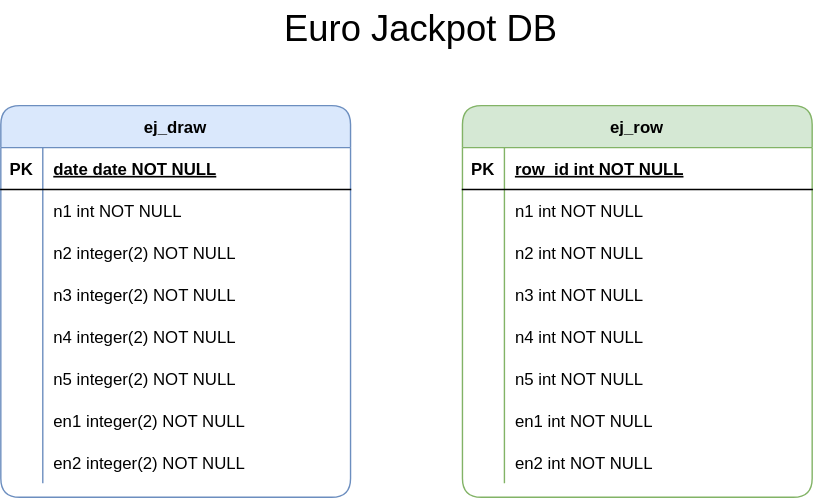
The draw.io diagram assets/images/documentation/er-diagram.drawio.svg in tonisun/lotto-dbms, before a commit. Source tidied: cells renumbered, new cells last; positions are measured from the earlier drawing's top-left corner, leaving out a move shared by most shapes.
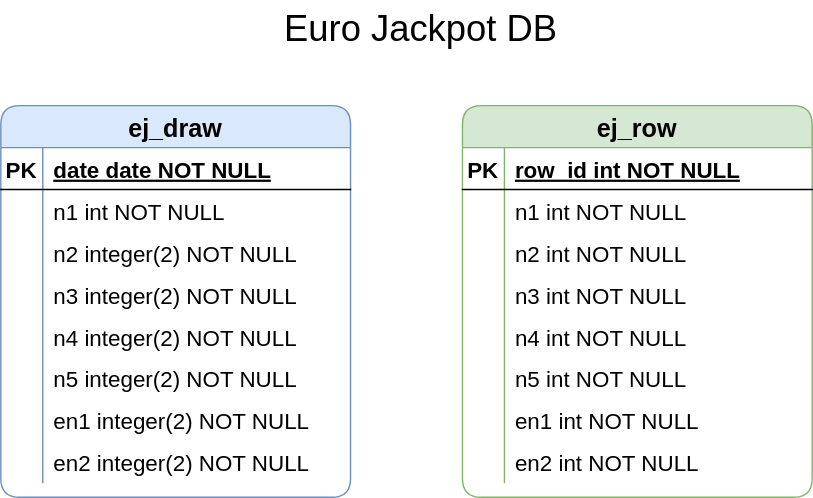
After the change.

The edit, as a diff of the source:
```diff
@@ -2,154 +2,154 @@
   <root>
     <mxCell id="0" />
     <mxCell id="1" parent="0" />
-    <mxCell id="2" value="ej_row" style="shape=table;startSize=30;rowLines=0;fontStyle=1;align=center;fillColor=#d5e8d4;strokeColor=#82b366;rounded=1;" parent="1" vertex="1">
+    <mxCell id="2" value="ej_row" style="shape=table;startSize=30;rowLines=0;fontStyle=1;align=center;fillColor=#d5e8d4;strokeColor=#82b366;rounded=1;fontSize=18;" parent="1" vertex="1">
       <mxGeometry x="330" y="75" width="250" height="280" as="geometry" />
     </mxCell>
     <mxCell id="3" style="shape=partialRectangle;fillColor=none;top=0;left=0;right=0;bottom=1;" parent="2" vertex="1">
       <mxGeometry y="30" width="250" height="30" as="geometry" />
     </mxCell>
-    <mxCell id="4" value="PK" style="shape=partialRectangle;overflow=hidden;fillColor=none;top=0;left=0;bottom=0;right=0;fontStyle=1;" parent="3" vertex="1">
+    <mxCell id="4" value="PK" style="shape=partialRectangle;overflow=hidden;fillColor=none;top=0;left=0;bottom=0;right=0;fontStyle=1;fontSize=16;" parent="3" vertex="1">
       <mxGeometry width="30" height="30" as="geometry" />
     </mxCell>
-    <mxCell id="5" value="row_id int NOT NULL " style="shape=partialRectangle;overflow=hidden;fillColor=none;top=0;left=0;bottom=0;right=0;align=left;spacingLeft=6;fontStyle=5;" parent="3" vertex="1">
+    <mxCell id="5" value="row_id int NOT NULL " style="shape=partialRectangle;overflow=hidden;fillColor=none;top=0;left=0;bottom=0;right=0;align=left;spacingLeft=6;fontStyle=5;fontSize=16;" parent="3" vertex="1">
       <mxGeometry x="30" width="220" height="30" as="geometry" />
     </mxCell>
-    <mxCell id="6" style="shape=partialRectangle;fillColor=none;top=0;left=0;right=0;bottom=0;" parent="2" vertex="1">
+    <mxCell id="6" style="shape=partialRectangle;fillColor=none;top=0;left=0;right=0;bottom=0;fontSize=16;" parent="2" vertex="1">
       <mxGeometry y="60" width="250" height="30" as="geometry" />
     </mxCell>
-    <mxCell id="7" style="shape=partialRectangle;overflow=hidden;fillColor=none;top=0;left=0;bottom=0;right=0;" parent="6" vertex="1">
+    <mxCell id="7" style="shape=partialRectangle;overflow=hidden;fillColor=none;top=0;left=0;bottom=0;right=0;fontSize=16;" parent="6" vertex="1">
       <mxGeometry width="30" height="30" as="geometry" />
     </mxCell>
-    <mxCell id="8" value="n1 int NOT NULL" style="shape=partialRectangle;overflow=hidden;fillColor=none;top=0;left=0;bottom=0;right=0;align=left;spacingLeft=6;" parent="6" vertex="1">
+    <mxCell id="8" value="n1 int NOT NULL" style="shape=partialRectangle;overflow=hidden;fillColor=none;top=0;left=0;bottom=0;right=0;align=left;spacingLeft=6;fontSize=16;" parent="6" vertex="1">
       <mxGeometry x="30" width="220" height="30" as="geometry" />
     </mxCell>
-    <mxCell id="9" style="shape=partialRectangle;fillColor=none;top=0;left=0;right=0;bottom=0;" parent="2" vertex="1">
+    <mxCell id="9" style="shape=partialRectangle;fillColor=none;top=0;left=0;right=0;bottom=0;fontSize=16;" parent="2" vertex="1">
       <mxGeometry y="90" width="250" height="30" as="geometry" />
     </mxCell>
-    <mxCell id="10" style="shape=partialRectangle;overflow=hidden;fillColor=none;top=0;left=0;bottom=0;right=0;" parent="9" vertex="1">
+    <mxCell id="10" style="shape=partialRectangle;overflow=hidden;fillColor=none;top=0;left=0;bottom=0;right=0;fontSize=16;" parent="9" vertex="1">
       <mxGeometry width="30" height="30" as="geometry" />
     </mxCell>
-    <mxCell id="11" value="n2 int NOT NULL" style="shape=partialRectangle;overflow=hidden;fillColor=none;top=0;left=0;bottom=0;right=0;align=left;spacingLeft=6;" parent="9" vertex="1">
+    <mxCell id="11" value="n2 int NOT NULL" style="shape=partialRectangle;overflow=hidden;fillColor=none;top=0;left=0;bottom=0;right=0;align=left;spacingLeft=6;fontSize=16;" parent="9" vertex="1">
       <mxGeometry x="30" width="220" height="30" as="geometry" />
     </mxCell>
-    <mxCell id="12" style="shape=partialRectangle;fillColor=none;top=0;left=0;right=0;bottom=0;" parent="2" vertex="1">
+    <mxCell id="12" style="shape=partialRectangle;fillColor=none;top=0;left=0;right=0;bottom=0;fontSize=16;" parent="2" vertex="1">
       <mxGeometry y="120" width="250" height="30" as="geometry" />
     </mxCell>
-    <mxCell id="13" style="shape=partialRectangle;overflow=hidden;fillColor=none;top=0;left=0;bottom=0;right=0;" parent="12" vertex="1">
+    <mxCell id="13" style="shape=partialRectangle;overflow=hidden;fillColor=none;top=0;left=0;bottom=0;right=0;fontSize=16;" parent="12" vertex="1">
       <mxGeometry width="30" height="30" as="geometry" />
     </mxCell>
-    <mxCell id="14" value="n3 int NOT NULL" style="shape=partialRectangle;overflow=hidden;fillColor=none;top=0;left=0;bottom=0;right=0;align=left;spacingLeft=6;" parent="12" vertex="1">
+    <mxCell id="14" value="n3 int NOT NULL" style="shape=partialRectangle;overflow=hidden;fillColor=none;top=0;left=0;bottom=0;right=0;align=left;spacingLeft=6;fontSize=16;" parent="12" vertex="1">
       <mxGeometry x="30" width="220" height="30" as="geometry" />
     </mxCell>
-    <mxCell id="15" style="shape=partialRectangle;fillColor=none;top=0;left=0;right=0;bottom=0;" parent="2" vertex="1">
+    <mxCell id="15" style="shape=partialRectangle;fillColor=none;top=0;left=0;right=0;bottom=0;fontSize=16;" parent="2" vertex="1">
       <mxGeometry y="150" width="250" height="30" as="geometry" />
     </mxCell>
-    <mxCell id="16" style="shape=partialRectangle;overflow=hidden;fillColor=none;top=0;left=0;bottom=0;right=0;" parent="15" vertex="1">
+    <mxCell id="16" style="shape=partialRectangle;overflow=hidden;fillColor=none;top=0;left=0;bottom=0;right=0;fontSize=16;" parent="15" vertex="1">
       <mxGeometry width="30" height="30" as="geometry" />
     </mxCell>
-    <mxCell id="17" value="n4 int NOT NULL" style="shape=partialRectangle;overflow=hidden;fillColor=none;top=0;left=0;bottom=0;right=0;align=left;spacingLeft=6;" parent="15" vertex="1">
+    <mxCell id="17" value="n4 int NOT NULL" style="shape=partialRectangle;overflow=hidden;fillColor=none;top=0;left=0;bottom=0;right=0;align=left;spacingLeft=6;fontSize=16;" parent="15" vertex="1">
       <mxGeometry x="30" width="220" height="30" as="geometry" />
     </mxCell>
-    <mxCell id="18" style="shape=partialRectangle;fillColor=none;top=0;left=0;right=0;bottom=0;" parent="2" vertex="1">
+    <mxCell id="18" style="shape=partialRectangle;fillColor=none;top=0;left=0;right=0;bottom=0;fontSize=16;" parent="2" vertex="1">
       <mxGeometry y="180" width="250" height="30" as="geometry" />
     </mxCell>
-    <mxCell id="19" style="shape=partialRectangle;overflow=hidden;fillColor=none;top=0;left=0;bottom=0;right=0;" parent="18" vertex="1">
+    <mxCell id="19" style="shape=partialRectangle;overflow=hidden;fillColor=none;top=0;left=0;bottom=0;right=0;fontSize=16;" parent="18" vertex="1">
       <mxGeometry width="30" height="30" as="geometry" />
     </mxCell>
-    <mxCell id="20" value="n5 int NOT NULL" style="shape=partialRectangle;overflow=hidden;fillColor=none;top=0;left=0;bottom=0;right=0;align=left;spacingLeft=6;" parent="18" vertex="1">
+    <mxCell id="20" value="n5 int NOT NULL" style="shape=partialRectangle;overflow=hidden;fillColor=none;top=0;left=0;bottom=0;right=0;align=left;spacingLeft=6;fontSize=16;" parent="18" vertex="1">
       <mxGeometry x="30" width="220" height="30" as="geometry" />
     </mxCell>
-    <mxCell id="21" style="shape=partialRectangle;fillColor=none;top=0;left=0;right=0;bottom=0;" parent="2" vertex="1">
+    <mxCell id="21" style="shape=partialRectangle;fillColor=none;top=0;left=0;right=0;bottom=0;fontSize=16;" parent="2" vertex="1">
       <mxGeometry y="210" width="250" height="30" as="geometry" />
     </mxCell>
-    <mxCell id="22" style="shape=partialRectangle;overflow=hidden;fillColor=none;top=0;left=0;bottom=0;right=0;" parent="21" vertex="1">
+    <mxCell id="22" style="shape=partialRectangle;overflow=hidden;fillColor=none;top=0;left=0;bottom=0;right=0;fontSize=16;" parent="21" vertex="1">
       <mxGeometry width="30" height="30" as="geometry" />
     </mxCell>
-    <mxCell id="23" value="en1 int NOT NULL" style="shape=partialRectangle;overflow=hidden;fillColor=none;top=0;left=0;bottom=0;right=0;align=left;spacingLeft=6;" parent="21" vertex="1">
+    <mxCell id="23" value="en1 int NOT NULL" style="shape=partialRectangle;overflow=hidden;fillColor=none;top=0;left=0;bottom=0;right=0;align=left;spacingLeft=6;fontSize=16;" parent="21" vertex="1">
       <mxGeometry x="30" width="220" height="30" as="geometry" />
     </mxCell>
-    <mxCell id="24" style="shape=partialRectangle;fillColor=none;top=0;left=0;right=0;bottom=0;" parent="2" vertex="1">
+    <mxCell id="24" style="shape=partialRectangle;fillColor=none;top=0;left=0;right=0;bottom=0;fontSize=16;" parent="2" vertex="1">
       <mxGeometry y="240" width="250" height="30" as="geometry" />
     </mxCell>
-    <mxCell id="25" style="shape=partialRectangle;overflow=hidden;fillColor=none;top=0;left=0;bottom=0;right=0;" parent="24" vertex="1">
+    <mxCell id="25" style="shape=partialRectangle;overflow=hidden;fillColor=none;top=0;left=0;bottom=0;right=0;fontSize=16;" parent="24" vertex="1">
       <mxGeometry width="30" height="30" as="geometry" />
     </mxCell>
-    <mxCell id="26" value="en2 int NOT NULL" style="shape=partialRectangle;overflow=hidden;fillColor=none;top=0;left=0;bottom=0;right=0;align=left;spacingLeft=6;" parent="24" vertex="1">
+    <mxCell id="26" value="en2 int NOT NULL" style="shape=partialRectangle;overflow=hidden;fillColor=none;top=0;left=0;bottom=0;right=0;align=left;spacingLeft=6;fontSize=16;" parent="24" vertex="1">
       <mxGeometry x="30" width="220" height="30" as="geometry" />
     </mxCell>
-    <mxCell id="27" value="ej_draw" style="shape=table;startSize=30;rowLines=0;fontStyle=1;align=center;fillColor=#dae8fc;strokeColor=#6c8ebf;rounded=1;shadow=0;swimlaneLine=1;" parent="1" vertex="1">
+    <mxCell id="27" value="ej_draw" style="shape=table;startSize=30;rowLines=0;fontStyle=1;align=center;fillColor=#dae8fc;strokeColor=#6c8ebf;rounded=1;shadow=0;swimlaneLine=1;fontSize=18;" parent="1" vertex="1">
       <mxGeometry y="75" width="250" height="280" as="geometry" />
     </mxCell>
     <mxCell id="28" style="shape=partialRectangle;fillColor=none;top=0;left=0;right=0;bottom=1;" parent="27" vertex="1">
       <mxGeometry y="30" width="250" height="30" as="geometry" />
     </mxCell>
-    <mxCell id="29" value="PK" style="shape=partialRectangle;overflow=hidden;fillColor=none;top=0;left=0;bottom=0;right=0;fontStyle=1;" parent="28" vertex="1">
+    <mxCell id="29" value="PK" style="shape=partialRectangle;overflow=hidden;fillColor=none;top=0;left=0;bottom=0;right=0;fontStyle=1;fontSize=16;" parent="28" vertex="1">
       <mxGeometry width="30" height="30" as="geometry" />
     </mxCell>
-    <mxCell id="30" value="date date NOT NULL" style="shape=partialRectangle;overflow=hidden;fillColor=none;top=0;left=0;bottom=0;right=0;align=left;spacingLeft=6;fontStyle=5;" parent="28" vertex="1">
+    <mxCell id="30" value="date date NOT NULL" style="shape=partialRectangle;overflow=hidden;fillColor=none;top=0;left=0;bottom=0;right=0;align=left;spacingLeft=6;fontStyle=5;fontSize=16;" parent="28" vertex="1">
       <mxGeometry x="30" width="220" height="30" as="geometry" />
     </mxCell>
-    <mxCell id="31" style="shape=partialRectangle;fillColor=none;top=0;left=0;right=0;bottom=0;" parent="27" vertex="1">
+    <mxCell id="31" style="shape=partialRectangle;fillColor=none;top=0;left=0;right=0;bottom=0;fontSize=16;" parent="27" vertex="1">
       <mxGeometry y="60" width="250" height="30" as="geometry" />
     </mxCell>
-    <mxCell id="32" style="shape=partialRectangle;overflow=hidden;fillColor=none;top=0;left=0;bottom=0;right=0;" parent="31" vertex="1">
+    <mxCell id="32" style="shape=partialRectangle;overflow=hidden;fillColor=none;top=0;left=0;bottom=0;right=0;fontSize=16;" parent="31" vertex="1">
       <mxGeometry width="30" height="30" as="geometry" />
     </mxCell>
-    <mxCell id="33" value="n1 int NOT NULL" style="shape=partialRectangle;overflow=hidden;fillColor=none;top=0;left=0;bottom=0;right=0;align=left;spacingLeft=6;" parent="31" vertex="1">
+    <mxCell id="33" value="n1 int NOT NULL" style="shape=partialRectangle;overflow=hidden;fillColor=none;top=0;left=0;bottom=0;right=0;align=left;spacingLeft=6;fontSize=16;" parent="31" vertex="1">
       <mxGeometry x="30" width="220" height="30" as="geometry" />
     </mxCell>
-    <mxCell id="34" style="shape=partialRectangle;fillColor=none;top=0;left=0;right=0;bottom=0;" parent="27" vertex="1">
+    <mxCell id="34" style="shape=partialRectangle;fillColor=none;top=0;left=0;right=0;bottom=0;fontSize=16;" parent="27" vertex="1">
       <mxGeometry y="90" width="250" height="30" as="geometry" />
     </mxCell>
-    <mxCell id="35" style="shape=partialRectangle;overflow=hidden;fillColor=none;top=0;left=0;bottom=0;right=0;" parent="34" vertex="1">
+    <mxCell id="35" style="shape=partialRectangle;overflow=hidden;fillColor=none;top=0;left=0;bottom=0;right=0;fontSize=16;" parent="34" vertex="1">
       <mxGeometry width="30" height="30" as="geometry" />
     </mxCell>
-    <mxCell id="36" value="n2 integer(2) NOT NULL" style="shape=partialRectangle;overflow=hidden;fillColor=none;top=0;left=0;bottom=0;right=0;align=left;spacingLeft=6;" parent="34" vertex="1">
+    <mxCell id="36" value="n2 integer(2) NOT NULL" style="shape=partialRectangle;overflow=hidden;fillColor=none;top=0;left=0;bottom=0;right=0;align=left;spacingLeft=6;fontSize=16;" parent="34" vertex="1">
       <mxGeometry x="30" width="220" height="30" as="geometry" />
     </mxCell>
-    <mxCell id="37" style="shape=partialRectangle;fillColor=none;top=0;left=0;right=0;bottom=0;" parent="27" vertex="1">
+    <mxCell id="37" style="shape=partialRectangle;fillColor=none;top=0;left=0;right=0;bottom=0;fontSize=16;" parent="27" vertex="1">
       <mxGeometry y="120" width="250" height="30" as="geometry" />
     </mxCell>
-    <mxCell id="38" style="shape=partialRectangle;overflow=hidden;fillColor=none;top=0;left=0;bottom=0;right=0;" parent="37" vertex="1">
+    <mxCell id="38" style="shape=partialRectangle;overflow=hidden;fillColor=none;top=0;left=0;bottom=0;right=0;fontSize=16;" parent="37" vertex="1">
       <mxGeometry width="30" height="30" as="geometry" />
     </mxCell>
-    <mxCell id="39" value="n3 integer(2) NOT NULL" style="shape=partialRectangle;overflow=hidden;fillColor=none;top=0;left=0;bottom=0;right=0;align=left;spacingLeft=6;" parent="37" vertex="1">
+    <mxCell id="39" value="n3 integer(2) NOT NULL" style="shape=partialRectangle;overflow=hidden;fillColor=none;top=0;left=0;bottom=0;right=0;align=left;spacingLeft=6;fontSize=16;" parent="37" vertex="1">
       <mxGeometry x="30" width="220" height="30" as="geometry" />
     </mxCell>
-    <mxCell id="40" style="shape=partialRectangle;fillColor=none;top=0;left=0;right=0;bottom=0;" parent="27" vertex="1">
+    <mxCell id="40" style="shape=partialRectangle;fillColor=none;top=0;left=0;right=0;bottom=0;fontSize=16;" parent="27" vertex="1">
       <mxGeometry y="150" width="250" height="30" as="geometry" />
     </mxCell>
-    <mxCell id="41" style="shape=partialRectangle;overflow=hidden;fillColor=none;top=0;left=0;bottom=0;right=0;" parent="40" vertex="1">
+    <mxCell id="41" style="shape=partialRectangle;overflow=hidden;fillColor=none;top=0;left=0;bottom=0;right=0;fontSize=16;" parent="40" vertex="1">
       <mxGeometry width="30" height="30" as="geometry" />
     </mxCell>
-    <mxCell id="42" value="n4 integer(2) NOT NULL" style="shape=partialRectangle;overflow=hidden;fillColor=none;top=0;left=0;bottom=0;right=0;align=left;spacingLeft=6;" parent="40" vertex="1">
+    <mxCell id="42" value="n4 integer(2) NOT NULL" style="shape=partialRectangle;overflow=hidden;fillColor=none;top=0;left=0;bottom=0;right=0;align=left;spacingLeft=6;fontSize=16;" parent="40" vertex="1">
       <mxGeometry x="30" width="220" height="30" as="geometry" />
     </mxCell>
-    <mxCell id="43" style="shape=partialRectangle;fillColor=none;top=0;left=0;right=0;bottom=0;" parent="27" vertex="1">
+    <mxCell id="43" style="shape=partialRectangle;fillColor=none;top=0;left=0;right=0;bottom=0;fontSize=16;" parent="27" vertex="1">
       <mxGeometry y="180" width="250" height="30" as="geometry" />
     </mxCell>
-    <mxCell id="44" style="shape=partialRectangle;overflow=hidden;fillColor=none;top=0;left=0;bottom=0;right=0;" parent="43" vertex="1">
+    <mxCell id="44" style="shape=partialRectangle;overflow=hidden;fillColor=none;top=0;left=0;bottom=0;right=0;fontSize=16;" parent="43" vertex="1">
       <mxGeometry width="30" height="30" as="geometry" />
     </mxCell>
-    <mxCell id="45" value="n5 integer(2) NOT NULL" style="shape=partialRectangle;overflow=hidden;fillColor=none;top=0;left=0;bottom=0;right=0;align=left;spacingLeft=6;" parent="43" vertex="1">
+    <mxCell id="45" value="n5 integer(2) NOT NULL" style="shape=partialRectangle;overflow=hidden;fillColor=none;top=0;left=0;bottom=0;right=0;align=left;spacingLeft=6;fontSize=16;" parent="43" vertex="1">
       <mxGeometry x="30" width="220" height="30" as="geometry" />
     </mxCell>
-    <mxCell id="46" style="shape=partialRectangle;fillColor=none;top=0;left=0;right=0;bottom=0;" parent="27" vertex="1">
+    <mxCell id="46" style="shape=partialRectangle;fillColor=none;top=0;left=0;right=0;bottom=0;fontSize=16;" parent="27" vertex="1">
       <mxGeometry y="210" width="250" height="30" as="geometry" />
     </mxCell>
-    <mxCell id="47" style="shape=partialRectangle;overflow=hidden;fillColor=none;top=0;left=0;bottom=0;right=0;" parent="46" vertex="1">
+    <mxCell id="47" style="shape=partialRectangle;overflow=hidden;fillColor=none;top=0;left=0;bottom=0;right=0;fontSize=16;" parent="46" vertex="1">
       <mxGeometry width="30" height="30" as="geometry" />
     </mxCell>
-    <mxCell id="48" value="en1 integer(2) NOT NULL" style="shape=partialRectangle;overflow=hidden;fillColor=none;top=0;left=0;bottom=0;right=0;align=left;spacingLeft=6;" parent="46" vertex="1">
+    <mxCell id="48" value="en1 integer(2) NOT NULL" style="shape=partialRectangle;overflow=hidden;fillColor=none;top=0;left=0;bottom=0;right=0;align=left;spacingLeft=6;fontSize=16;" parent="46" vertex="1">
       <mxGeometry x="30" width="220" height="30" as="geometry" />
     </mxCell>
-    <mxCell id="49" style="shape=partialRectangle;fillColor=none;top=0;left=0;right=0;bottom=0;" parent="27" vertex="1">
+    <mxCell id="49" style="shape=partialRectangle;fillColor=none;top=0;left=0;right=0;bottom=0;fontSize=16;" parent="27" vertex="1">
       <mxGeometry y="240" width="250" height="30" as="geometry" />
     </mxCell>
-    <mxCell id="50" style="shape=partialRectangle;overflow=hidden;fillColor=none;top=0;left=0;bottom=0;right=0;" parent="49" vertex="1">
+    <mxCell id="50" style="shape=partialRectangle;overflow=hidden;fillColor=none;top=0;left=0;bottom=0;right=0;fontSize=16;" parent="49" vertex="1">
       <mxGeometry width="30" height="30" as="geometry" />
     </mxCell>
-    <mxCell id="51" value="en2 integer(2) NOT NULL" style="shape=partialRectangle;overflow=hidden;fillColor=none;top=0;left=0;bottom=0;right=0;align=left;spacingLeft=6;" parent="49" vertex="1">
+    <mxCell id="51" value="en2 integer(2) NOT NULL" style="shape=partialRectangle;overflow=hidden;fillColor=none;top=0;left=0;bottom=0;right=0;align=left;spacingLeft=6;fontSize=16;" parent="49" vertex="1">
       <mxGeometry x="30" width="220" height="30" as="geometry" />
     </mxCell>
     <mxCell id="52" value="&lt;font style=&quot;font-size: 26px;&quot;&gt;Euro Jackpot DB&lt;/font&gt;" style="text;html=1;align=center;verticalAlign=middle;strokeColor=none;fillColor=none;" parent="1" vertex="1">
```
